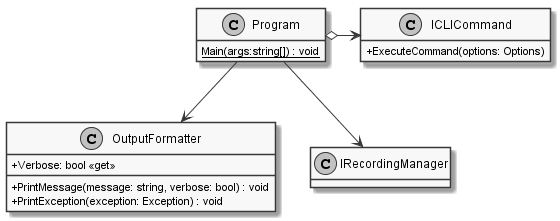
insightmind/MORR keeps this PlantUML diagram as documents/sd/resources/Classes/Core/CLI/Program.png. Above is the earlier version.
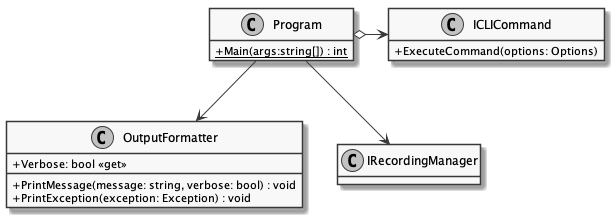
The same file after the commit.

Change to the diagram source:
```diff
@@ -2,11 +2,9 @@
 skinparam monochrome true
 skinparam classAttributeIconSize 0
 hide empty fields
-
 class Program {
-    {static} Main(args:string[]) : void
+    + {static} Main(args:string[]) : int
 }
-
 class ICLICommand {
     + ExecuteCommand(options: Options)
 }
```
